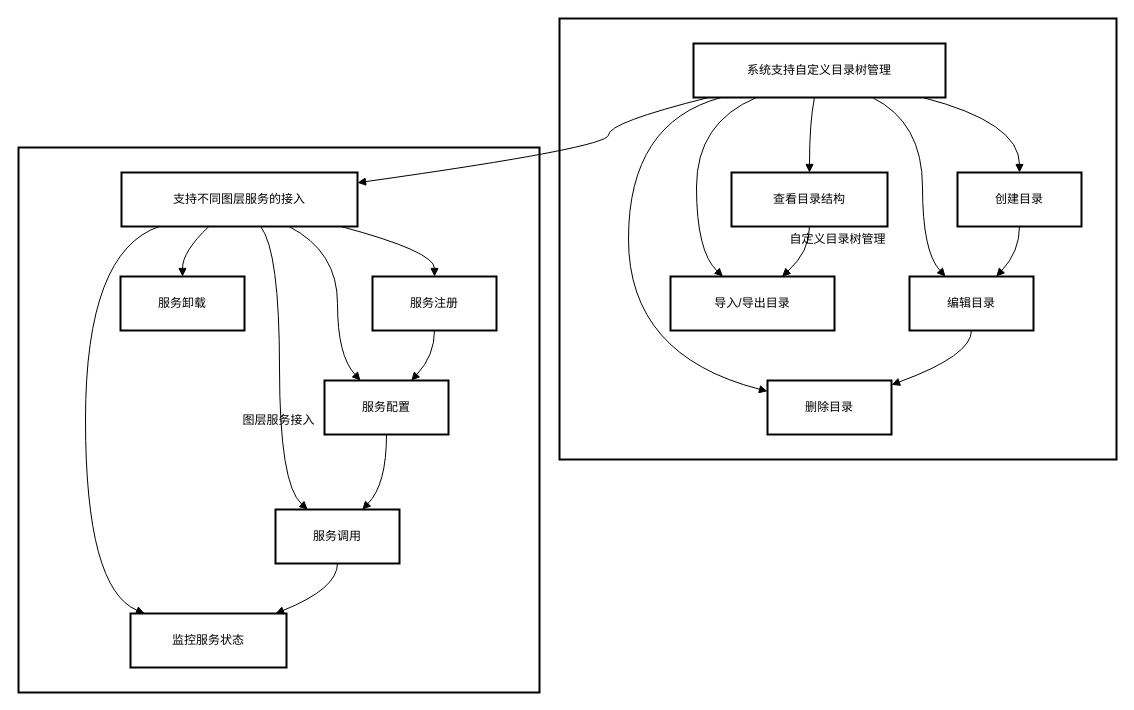
Earlier version of the draw.io diagram 20250415/图层采集管理.drawio (wangslsl/drawio). Source tidied: cells renumbered, new cells numbered last; positions are measured from the earlier drawing's top-left corner, leaving out a move shared by most shapes. Both pictures are drawn from the tidied source at 100%, with x=0, y=0 at pixel (18, 18).
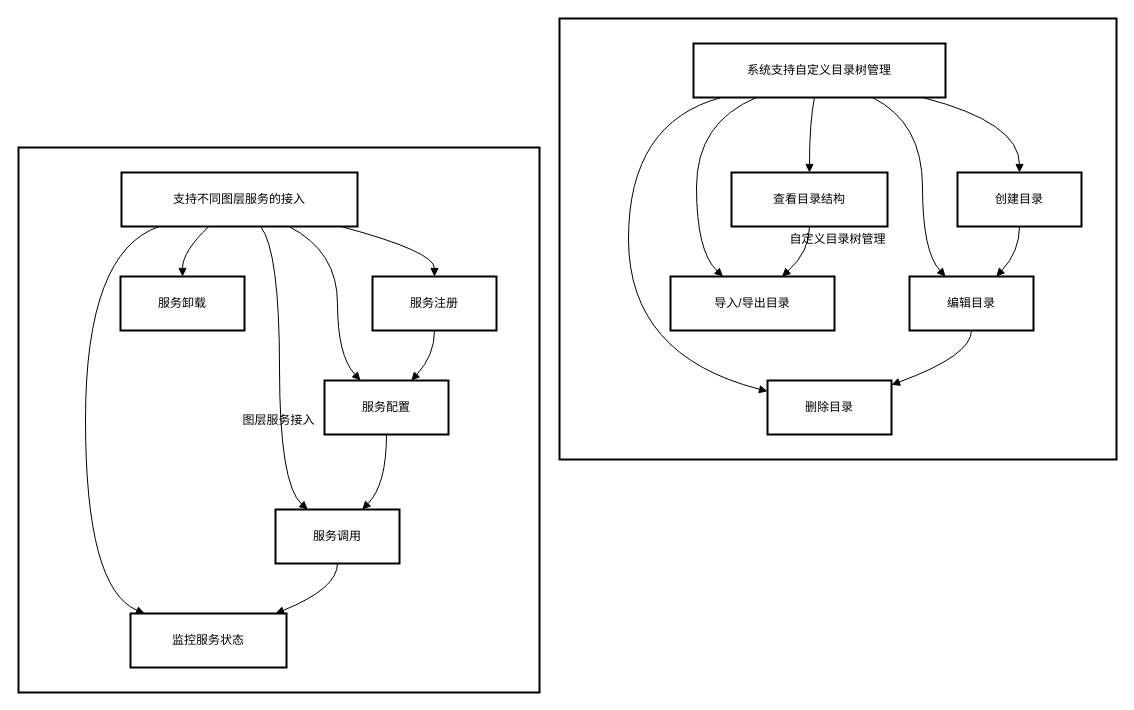
The same diagram, later.

Commit message:
更新图层采集管理.drawio

Unchanged cells that the change refers to:
```xml
<mxCell id="4" value="系统支持自定义目录树管理" style="whiteSpace=wrap;strokeWidth=2;" parent="1" vertex="1">
  <mxGeometry x="675" y="25" width="252" height="54" as="geometry" />
</mxCell>
<mxCell id="5" value="支持不同图层服务的接入" style="whiteSpace=wrap;strokeWidth=2;" parent="1" vertex="1">
  <mxGeometry x="103" y="154" width="236" height="54" as="geometry" />
</mxCell>
```

What changed in the source:
```diff
@@
-    <mxCell id="16" style="curved=1;startArrow=none;endArrow=block;exitX=0.06;exitY=1;entryX=1;entryY=0.19;" parent="1" edge="1" source="4" target="5">
-      <mxGeometry relative="1" as="geometry">
-        <Array as="points">
-          <mxPoint x="590" y="104" />
-          <mxPoint x="590" y="129" />
-        </Array>
-      </mxGeometry>
-    </mxCell>
```
